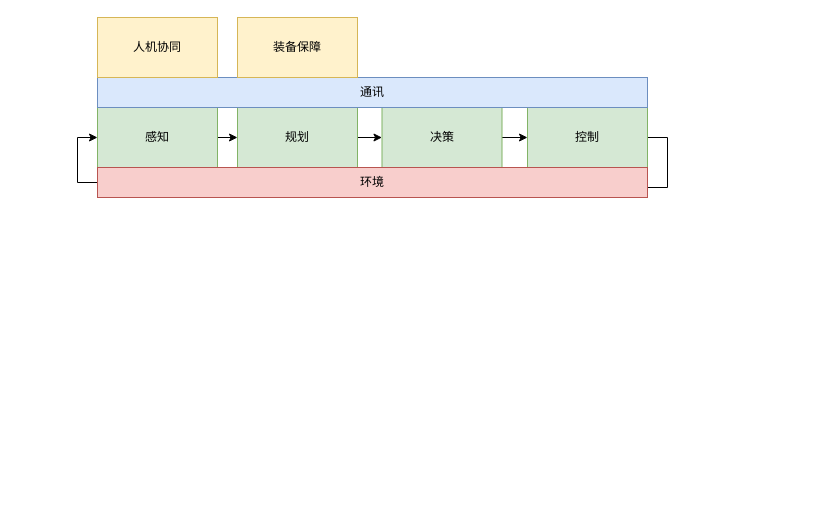
The draw.io diagram nudt.drawio in RoboDD/my-flow-chart, before the edit. Source tidied: cells renumbered, new cells numbered last; positions are measured from the earlier drawing's top-left corner, leaving out a move shared by most shapes. Both pictures are drawn from the tidied source at 100%, with x=0, y=0 at pixel (97, 17).
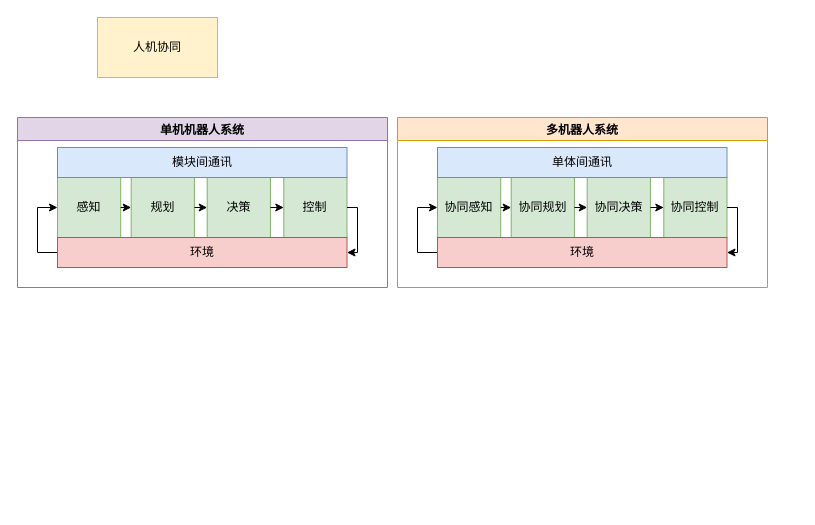
Above is the later version.

Change to the diagram source:
```diff
@@
+    <mxCell id="13" value="人机协同" style="rounded=0;whiteSpace=wrap;html=1;fillColor=#fff2cc;strokeColor=#d6b656;" parent="1" vertex="1">
+      <mxGeometry width="120" height="60" as="geometry" />
+    </mxCell>
+    <mxCell id="15" style="group;" parent="1" vertex="1">
+      <mxGeometry x="-80" y="100" width="780" height="390" as="geometry" />
+    </mxCell>
+    <mxCell id="16" style="group;" parent="15" vertex="1">
+      <mxGeometry x="40" y="30" width="680" height="360" as="geometry" />
+    </mxCell>
+    <mxCell id="3" value="感知" style="rounded=0;whiteSpace=wrap;html=1;fillColor=#d5e8d4;strokeColor=#82b366;" parent="16" vertex="1">
+      <mxGeometry y="30" width="63.2" height="60" as="geometry" />
+    </mxCell>
+    <mxCell id="5" value="规划" style="rounded=0;whiteSpace=wrap;html=1;fillColor=#d5e8d4;strokeColor=#82b366;" parent="16" vertex="1">
+      <mxGeometry x="73.7" y="30" width="63.2" height="60" as="geometry" />
+    </mxCell>
-    <mxCell id="2" style="edgeStyle=orthogonalEdgeStyle;rounded=0;jettySize=auto;html=1;exitX=1;exitY=0.5;exitDx=0;exitDy=0;entryX=0;entryY=0.5;entryDx=0;entryDy=0;" parent="1" edge="1" source="3" target="5">
+    <mxCell id="2" style="edgeStyle=orthogonalEdgeStyle;rounded=0;jettySize=auto;html=1;exitX=1;exitY=0.5;exitDx=0;exitDy=0;entryX=0;entryY=0.5;entryDx=0;entryDy=0;" parent="16" edge="1" source="3" target="5">
       <mxGeometry relative="1" as="geometry" />
     </mxCell>
-    <mxCell id="3" value="感知" style="rounded=0;whiteSpace=wrap;html=1;fillColor=#d5e8d4;strokeColor=#82b366;" parent="1" vertex="1">
-      <mxGeometry y="90" width="120" height="60" as="geometry" />
-    </mxCell>
+    <mxCell id="7" value="决策" style="rounded=0;whiteSpace=wrap;html=1;fillColor=#d5e8d4;strokeColor=#82b366;" parent="16" vertex="1">
+      <mxGeometry x="149.7" y="30" width="63.2" height="60" as="geometry" />
+    </mxCell>
-    <mxCell id="4" style="edgeStyle=orthogonalEdgeStyle;rounded=0;jettySize=auto;html=1;exitX=1;exitY=0.5;exitDx=0;exitDy=0;entryX=0;entryY=0.5;entryDx=0;entryDy=0;" parent="1" edge="1" source="5" target="7">
+    <mxCell id="4" style="edgeStyle=orthogonalEdgeStyle;rounded=0;jettySize=auto;html=1;exitX=1;exitY=0.5;exitDx=0;exitDy=0;entryX=0;entryY=0.5;entryDx=0;entryDy=0;" parent="16" edge="1" source="5" target="7">
       <mxGeometry relative="1" as="geometry" />
     </mxCell>
-    <mxCell id="5" value="规划" style="rounded=0;whiteSpace=wrap;html=1;fillColor=#d5e8d4;strokeColor=#82b366;" parent="1" vertex="1">
-      <mxGeometry x="140" y="90" width="120" height="60" as="geometry" />
-    </mxCell>
+    <mxCell id="9" value="控制" style="rounded=0;whiteSpace=wrap;html=1;fillColor=#d5e8d4;strokeColor=#82b366;" parent="16" vertex="1">
+      <mxGeometry x="226.3" y="30" width="63.2" height="60" as="geometry" />
+    </mxCell>
-    <mxCell id="6" style="edgeStyle=orthogonalEdgeStyle;rounded=0;jettySize=auto;html=1;exitX=1;exitY=0.5;exitDx=0;exitDy=0;entryX=0;entryY=0.5;entryDx=0;entryDy=0;" parent="1" edge="1" source="7" target="9">
+    <mxCell id="6" style="edgeStyle=orthogonalEdgeStyle;rounded=0;jettySize=auto;html=1;exitX=1;exitY=0.5;exitDx=0;exitDy=0;entryX=0;entryY=0.5;entryDx=0;entryDy=0;" parent="16" edge="1" source="7" target="9">
       <mxGeometry relative="1" as="geometry" />
     </mxCell>
-    <mxCell id="7" value="决策" style="rounded=0;whiteSpace=wrap;html=1;fillColor=#d5e8d4;strokeColor=#82b366;" parent="1" vertex="1">
-      <mxGeometry x="284.5" y="90" width="120" height="60" as="geometry" />
-    </mxCell>
-    <mxCell id="8" style="edgeStyle=orthogonalEdgeStyle;rounded=0;jettySize=auto;html=1;exitX=1;exitY=0.5;exitDx=0;exitDy=0;entryX=1;entryY=0.5;entryDx=0;entryDy=0;" parent="1" edge="1" source="9" target="12">
-      <mxGeometry relative="1" as="geometry" />
-    </mxCell>
-    <mxCell id="9" value="控制" style="rounded=0;whiteSpace=wrap;html=1;fillColor=#d5e8d4;strokeColor=#82b366;" parent="1" vertex="1">
-      <mxGeometry x="430" y="90" width="120" height="60" as="geometry" />
-    </mxCell>
-    <mxCell id="10" value="通讯" style="rounded=0;whiteSpace=wrap;html=1;fillColor=#dae8fc;strokeColor=#6c8ebf;" parent="1" vertex="1">
-      <mxGeometry y="60" width="550" height="30" as="geometry" />
+    <mxCell id="10" value="模块间通讯" style="rounded=0;whiteSpace=wrap;html=1;fillColor=#dae8fc;strokeColor=#6c8ebf;" parent="16" vertex="1">
+      <mxGeometry width="289.5" height="30" as="geometry" />
     </mxCell>
-    <mxCell id="11" style="edgeStyle=orthogonalEdgeStyle;rounded=0;jettySize=auto;html=1;exitX=0;exitY=0.5;exitDx=0;exitDy=0;entryX=0;entryY=0.5;entryDx=0;entryDy=0;" parent="1" edge="1" source="12" target="3">
+    <mxCell id="11" style="edgeStyle=orthogonalEdgeStyle;rounded=0;jettySize=auto;html=1;exitX=0;exitY=0.5;exitDx=0;exitDy=0;entryX=0;entryY=0.5;entryDx=0;entryDy=0;" parent="16" edge="1" source="12" target="3">
       <mxGeometry relative="1" as="geometry" />
     </mxCell>
-    <mxCell id="12" value="环境" style="rounded=0;whiteSpace=wrap;html=1;fillColor=#f8cecc;strokeColor=#b85450;" parent="1" vertex="1">
-      <mxGeometry y="150" width="550" height="30" as="geometry" />
+    <mxCell id="12" value="环境" style="rounded=0;whiteSpace=wrap;html=1;fillColor=#f8cecc;strokeColor=#b85450;" parent="16" vertex="1">
+      <mxGeometry y="90" width="289.5" height="30" as="geometry" />
     </mxCell>
-    <mxCell id="13" value="人机协同" style="rounded=0;whiteSpace=wrap;html=1;fillColor=#fff2cc;strokeColor=#d6b656;" parent="1" vertex="1">
-      <mxGeometry width="120" height="60" as="geometry" />
-    </mxCell>
-    <mxCell id="14" value="装备保障" style="rounded=0;whiteSpace=wrap;html=1;fillColor=#fff2cc;strokeColor=#d6b656;" parent="1" vertex="1">
-      <mxGeometry x="140" width="120" height="60" as="geometry" />
-    </mxCell>
+    <mxCell id="8" style="edgeStyle=orthogonalEdgeStyle;rounded=0;jettySize=auto;html=1;exitX=1;exitY=0.5;exitDx=0;exitDy=0;entryX=1;entryY=0.5;entryDx=0;entryDy=0;" parent="16" edge="1" source="9" target="12">
+      <mxGeometry relative="1" as="geometry">
+        <Array as="points">
+          <mxPoint x="300" y="60" />
+          <mxPoint x="300" y="105" />
+        </Array>
+      </mxGeometry>
+    </mxCell>
+    <mxCell id="17" style="group;" parent="16" vertex="1">
+      <mxGeometry x="380" width="300" height="120" as="geometry" />
+    </mxCell>
+    <mxCell id="18" value="协同感知" style="rounded=0;whiteSpace=wrap;html=1;fillColor=#d5e8d4;strokeColor=#82b366;" parent="17" vertex="1">
+      <mxGeometry y="30" width="63.2" height="60" as="geometry" />
+    </mxCell>
+    <mxCell id="19" value="协同规划" style="rounded=0;whiteSpace=wrap;html=1;fillColor=#d5e8d4;strokeColor=#82b366;" parent="17" vertex="1">
+      <mxGeometry x="73.7" y="30" width="63.2" height="60" as="geometry" />
+    </mxCell>
+    <mxCell id="20" style="edgeStyle=orthogonalEdgeStyle;rounded=0;jettySize=auto;html=1;exitX=1;exitY=0.5;exitDx=0;exitDy=0;entryX=0;entryY=0.5;entryDx=0;entryDy=0;" parent="17" edge="1" source="18" target="19">
+      <mxGeometry relative="1" as="geometry" />
+    </mxCell>
+    <mxCell id="21" value="协同决策" style="rounded=0;whiteSpace=wrap;html=1;fillColor=#d5e8d4;strokeColor=#82b366;" parent="17" vertex="1">
+      <mxGeometry x="149.7" y="30" width="63.2" height="60" as="geometry" />
+    </mxCell>
+    <mxCell id="22" style="edgeStyle=orthogonalEdgeStyle;rounded=0;jettySize=auto;html=1;exitX=1;exitY=0.5;exitDx=0;exitDy=0;entryX=0;entryY=0.5;entryDx=0;entryDy=0;" parent="17" edge="1" source="19" target="21">
+      <mxGeometry relative="1" as="geometry" />
+    </mxCell>
+    <mxCell id="23" value="协同控制" style="rounded=0;whiteSpace=wrap;html=1;fillColor=#d5e8d4;strokeColor=#82b366;" parent="17" vertex="1">
+      <mxGeometry x="226.3" y="30" width="63.2" height="60" as="geometry" />
+    </mxCell>
+    <mxCell id="24" style="edgeStyle=orthogonalEdgeStyle;rounded=0;jettySize=auto;html=1;exitX=1;exitY=0.5;exitDx=0;exitDy=0;entryX=0;entryY=0.5;entryDx=0;entryDy=0;" parent="17" edge="1" source="21" target="23">
+      <mxGeometry relative="1" as="geometry" />
+    </mxCell>
+    <mxCell id="25" value="单体间通讯" style="rounded=0;whiteSpace=wrap;html=1;fillColor=#dae8fc;strokeColor=#6c8ebf;" parent="17" vertex="1">
+      <mxGeometry width="289.5" height="30" as="geometry" />
+    </mxCell>
+    <mxCell id="26" style="edgeStyle=orthogonalEdgeStyle;rounded=0;jettySize=auto;html=1;exitX=0;exitY=0.5;exitDx=0;exitDy=0;entryX=0;entryY=0.5;entryDx=0;entryDy=0;" parent="17" edge="1" source="27" target="18">
+      <mxGeometry relative="1" as="geometry" />
+    </mxCell>
+    <mxCell id="27" value="环境" style="rounded=0;whiteSpace=wrap;html=1;fillColor=#f8cecc;strokeColor=#b85450;" parent="17" vertex="1">
+      <mxGeometry y="90" width="289.5" height="30" as="geometry" />
+    </mxCell>
+    <mxCell id="28" style="edgeStyle=orthogonalEdgeStyle;rounded=0;jettySize=auto;html=1;exitX=1;exitY=0.5;exitDx=0;exitDy=0;entryX=1;entryY=0.5;entryDx=0;entryDy=0;" parent="17" edge="1" source="23" target="27">
+      <mxGeometry relative="1" as="geometry">
+        <Array as="points">
+          <mxPoint x="300" y="60" />
+          <mxPoint x="300" y="105" />
+        </Array>
+      </mxGeometry>
+    </mxCell>
+    <mxCell id="29" value="单机机器人系统" style="swimlane;fillColor=#e1d5e7;strokeColor=#9673a6;" parent="15" vertex="1">
+      <mxGeometry width="370" height="170" as="geometry" />
+    </mxCell>
+    <mxCell id="30" value="多机器人系统" style="swimlane;fillColor=#ffe6cc;strokeColor=#d79b00;" parent="1" vertex="1">
+      <mxGeometry x="300" y="100" width="370" height="170" as="geometry" />
+    </mxCell>
```
